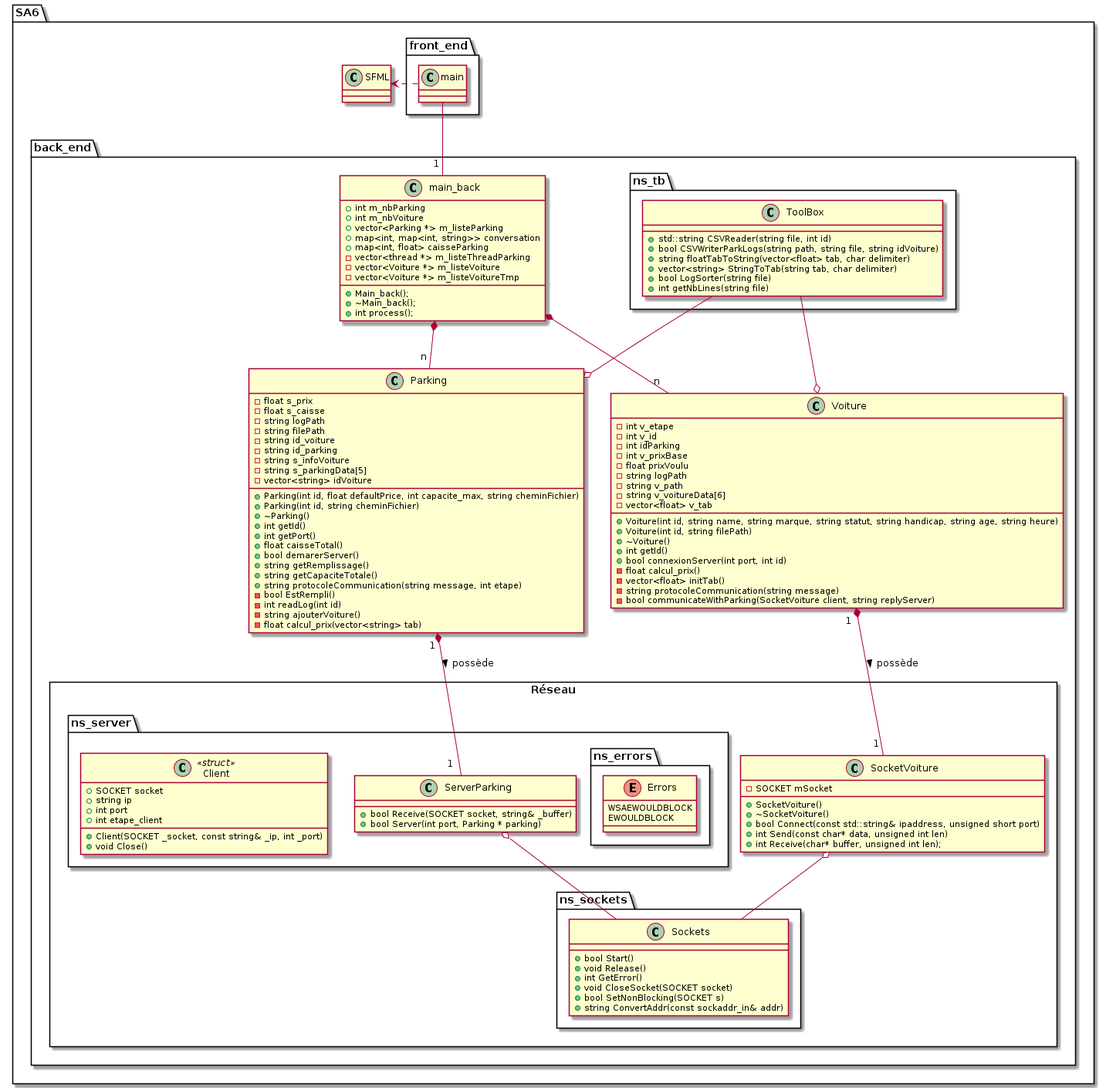
Earlier version of the PlantUML export SA6/doc/SA6_uml.png (KevinFroissart/SA6_CarPark_AI).
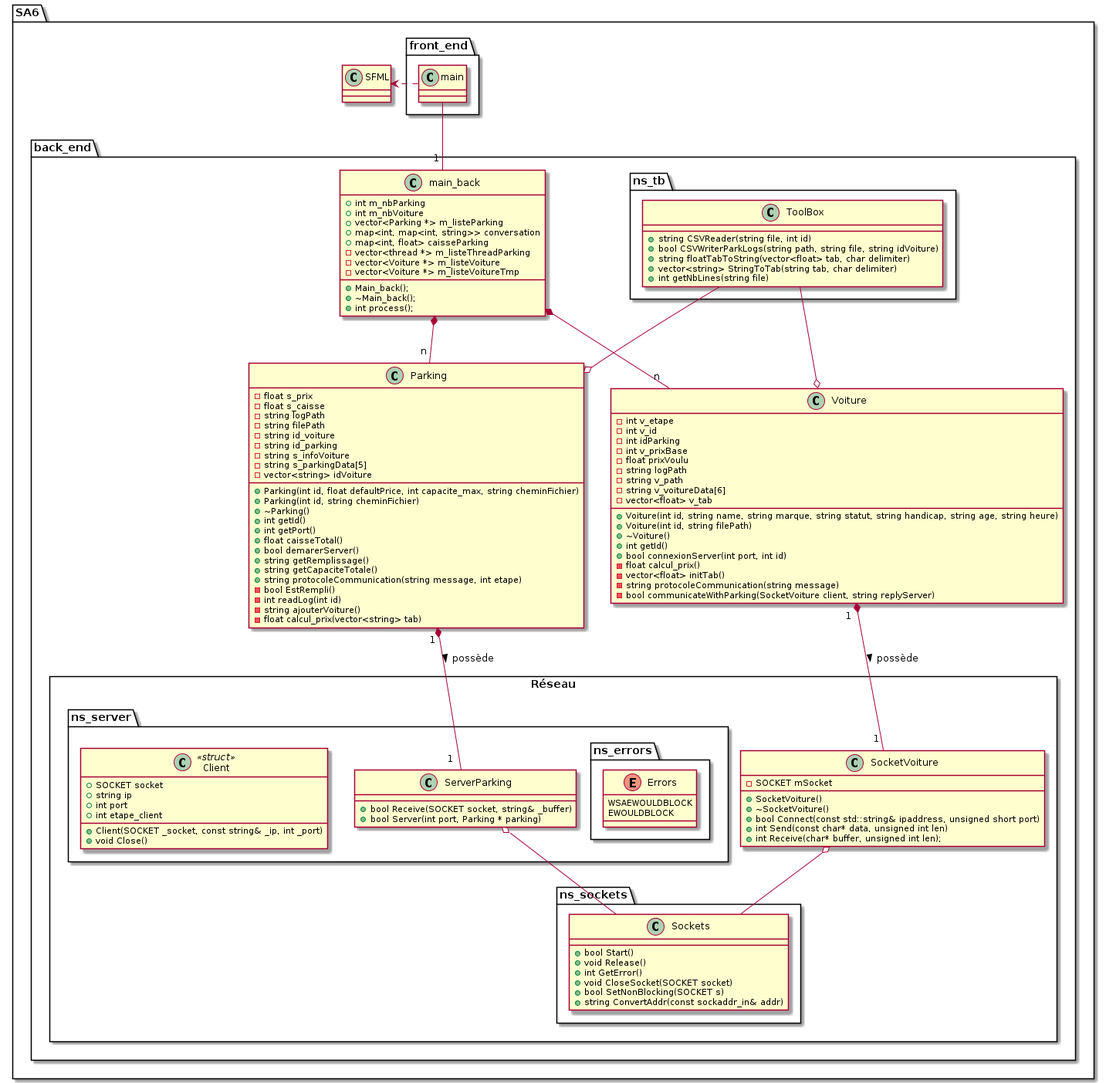
Later version of the same file.

Change to the diagram source:
```diff
@@ -27,11 +27,10 @@
 
         package ns_tb {
             class ToolBox {
-                + std::string CSVReader(string file, int id)
+                + string CSVReader(string file, int id)
                 + bool CSVWriterParkLogs(string path, string file, string idVoiture)
                 + string floatTabToString(vector<float> tab, char delimiter)
                 + vector<string> StringToTab(string tab, char delimiter)
-                + bool LogSorter(string file)
                 + int getNbLines(string file)
             }
         }
```
